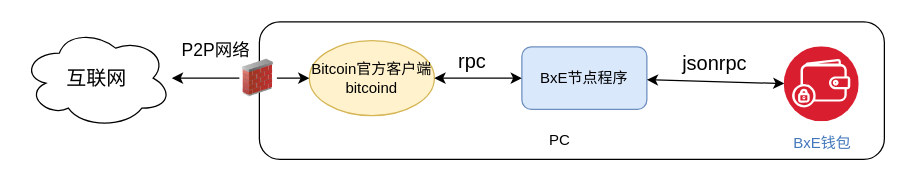
This is page "DecentralizedDeployment" (4 of 5) of image/BxE.drawio from bxelab/whitepaper, a draw.io file, before an edit. Source tidied: cells renumbered, new cells numbered last; positions are measured from the earlier drawing's top-left corner, leaving out a move shared by most shapes. Both pictures are drawn from the tidied source at 125%, with x=0, y=0 at pixel (21, 21).
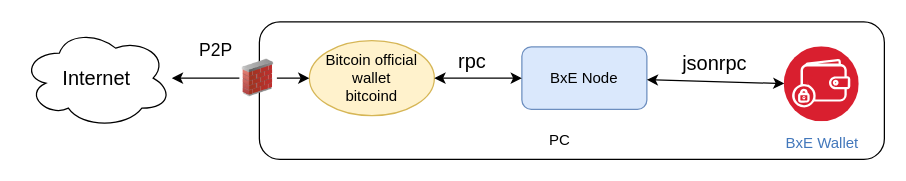
The same diagram, later.

Diff of the diagram source:
```diff
@@
 <mxGraphModel>
   <root>
     <mxCell id="0" />
     <mxCell id="1" parent="0" />
     <mxCell id="2" style="rounded=1;whiteSpace=wrap;html=1;fontSize=16;strokeColor=#000000;strokeWidth=1;gradientColor=none;" parent="1" vertex="1">
       <mxGeometry x="190" width="500" height="110" as="geometry" />
     </mxCell>
-    <mxCell id="3" value="BxE节点程序" style="rounded=1;whiteSpace=wrap;html=1;strokeColor=#6c8ebf;strokeWidth=1;fillColor=#dae8fc;" parent="1" vertex="1">
+    <mxCell id="3" value="BxE Node" style="rounded=1;whiteSpace=wrap;html=1;strokeColor=#6c8ebf;strokeWidth=1;fillColor=#dae8fc;" parent="1" vertex="1">
       <mxGeometry x="400" y="20" width="100" height="50" as="geometry" />
     </mxCell>
     <mxCell id="4" style="edgeStyle=none;rounded=0;jettySize=auto;html=1;fontSize=16;startArrow=none;startFill=1;endArrow=classic;endFill=1;" parent="1" edge="1" source="13" target="12">
       <mxGeometry relative="1" as="geometry" />
     </mxCell>
-    <mxCell id="5" value="P2P网络" style="edgeLabel;html=1;align=center;verticalAlign=middle;fontSize=14;" parent="4" vertex="1">
+    <mxCell id="5" value="P2P" style="edgeLabel;html=1;align=center;verticalAlign=middle;fontSize=14;" parent="4" vertex="1">
       <mxGeometry x="0.3" relative="1" as="geometry">
         <mxPoint x="15" y="-23" as="offset" />
       </mxGeometry>
     </mxCell>
-    <mxCell id="6" value="Bitcoin官方客户端&lt;br&gt;bitcoind" style="ellipse;whiteSpace=wrap;html=1;fillColor=#fff2cc;strokeColor=#d6b656;" parent="1" vertex="1">
+    <mxCell id="6" value="Bitcoin official wallet&lt;br&gt;bitcoind" style="ellipse;whiteSpace=wrap;html=1;fillColor=#fff2cc;strokeColor=#d6b656;" parent="1" vertex="1">
       <mxGeometry x="230" y="15" width="100" height="60" as="geometry" />
     </mxCell>
     <mxCell id="7" style="rounded=0;jettySize=auto;html=1;startArrow=classic;startFill=1;endArrow=classic;endFill=1;" parent="1" edge="1" source="3" target="6">
       <mxGeometry relative="1" as="geometry" />
     </mxCell>
     <mxCell id="8" value="rpc" style="edgeLabel;html=1;align=center;verticalAlign=middle;fontSize=16;" parent="7" vertex="1">
       <mxGeometry x="0.17" y="-1" relative="1" as="geometry">
         <mxPoint y="-14" as="offset" />
       </mxGeometry>
     </mxCell>
     <mxCell id="9" style="edgeStyle=none;rounded=0;jettySize=auto;html=1;fontSize=16;startArrow=classic;startFill=1;endArrow=classic;endFill=1;" parent="1" edge="1" source="11" target="3">
       <mxGeometry relative="1" as="geometry" />
     </mxCell>
     <mxCell id="10" value="jsonrpc" style="edgeLabel;html=1;align=center;verticalAlign=middle;fontSize=16;" parent="9" vertex="1">
       <mxGeometry x="0.42" y="-3" relative="1" as="geometry">
         <mxPoint x="21" y="-12" as="offset" />
       </mxGeometry>
     </mxCell>
-    <mxCell id="11" value="BxE钱包" style="perimeter=ellipsePerimeter;html=1;align=center;shadow=0;dashed=0;fontColor=#4277BB;labelBackgroundColor=#ffffff;fontSize=12;spacingTop=3;image;image=img/lib/ibm/blockchain/wallet.svg;" parent="1" vertex="1">
+    <mxCell id="11" value="BxE Wallet" style="perimeter=ellipsePerimeter;html=1;align=center;shadow=0;dashed=0;fontColor=#4277BB;labelBackgroundColor=#ffffff;fontSize=12;spacingTop=3;image;image=img/lib/ibm/blockchain/wallet.svg;" parent="1" vertex="1">
       <mxGeometry x="610" y="20" width="60" height="60" as="geometry" />
     </mxCell>
-    <mxCell id="12" value="互联网" style="ellipse;shape=cloud;whiteSpace=wrap;html=1;fontSize=16;strokeColor=#000000;strokeWidth=1;gradientColor=none;" parent="1" vertex="1">
+    <mxCell id="12" value="Internet" style="ellipse;shape=cloud;whiteSpace=wrap;html=1;fontSize=16;strokeColor=#000000;strokeWidth=1;gradientColor=none;" parent="1" vertex="1">
       <mxGeometry y="5" width="120" height="80" as="geometry" />
     </mxCell>
     <mxCell id="13" style="image;html=1;image=img/lib/clip_art/networking/Firewall_02_128x128.png;fontSize=16;strokeColor=#000000;strokeWidth=1;gradientColor=none;" parent="1" vertex="1">
       <mxGeometry x="174" y="30" width="30" height="30" as="geometry" />
     </mxCell>
     <mxCell id="14" style="edgeStyle=none;rounded=0;jettySize=auto;html=1;fontSize=16;startArrow=classic;startFill=1;endArrow=none;endFill=1;" parent="1" edge="1" source="6" target="13">
       <mxGeometry relative="1" as="geometry" />
     </mxCell>
     <mxCell id="15" value="PC" style="text;html=1;align=center;verticalAlign=middle;strokeColor=none;fillColor=none;" parent="1" vertex="1">
       <mxGeometry x="415" y="85" width="30" height="20" as="geometry" />
     </mxCell>
   </root>
 </mxGraphModel>
```
